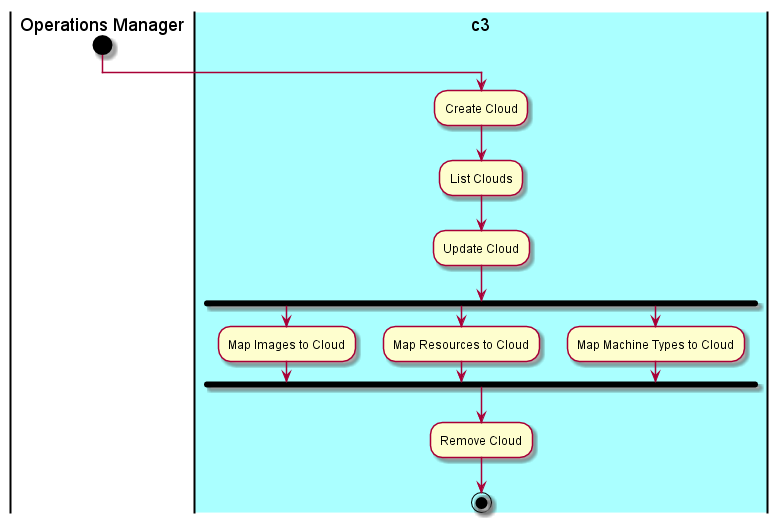
Before: docs/UseCases/Manage-Clouds/Activities.png, a diagram exported from PlantUML (CAADE/C3).
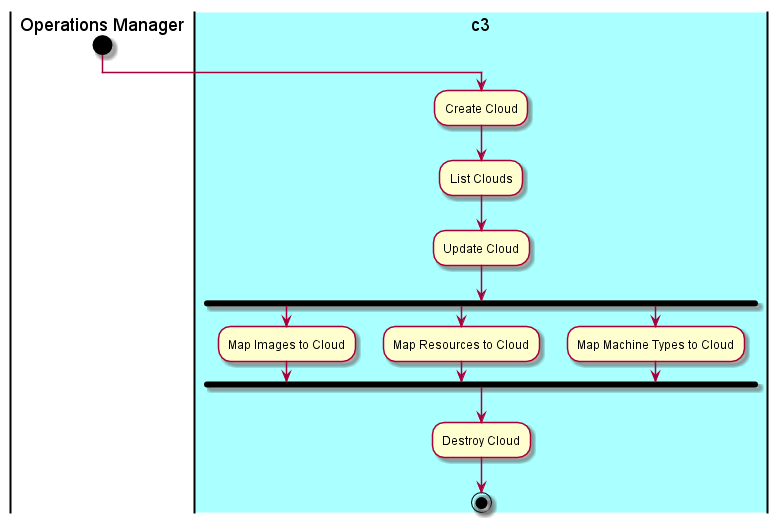
After the commit.

Change to the diagram source:
```diff
@@ -12,6 +12,6 @@
 fork again
 :Map Machine Types to Cloud;
 end fork
-:Remove Cloud;
+:Destroy Cloud;
 stop
 @enduml
```
